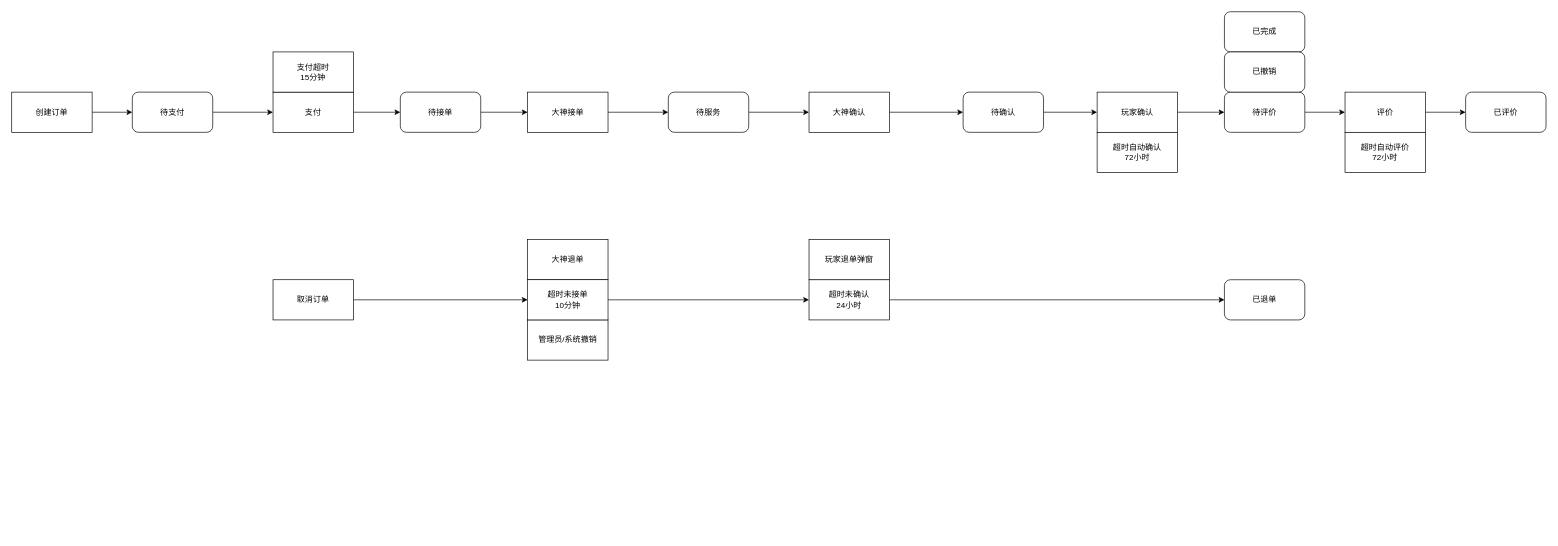
The draw.io diagram bond/bond.drawio in LuckFirefly015/sjy, before the edit. Source tidied: cells renumbered, new cells numbered last; positions are measured from the earlier drawing's top-left corner, leaving out a move shared by most shapes. Both pictures are drawn from the tidied source at 67%, with x=0, y=0 at pixel (11, 11).
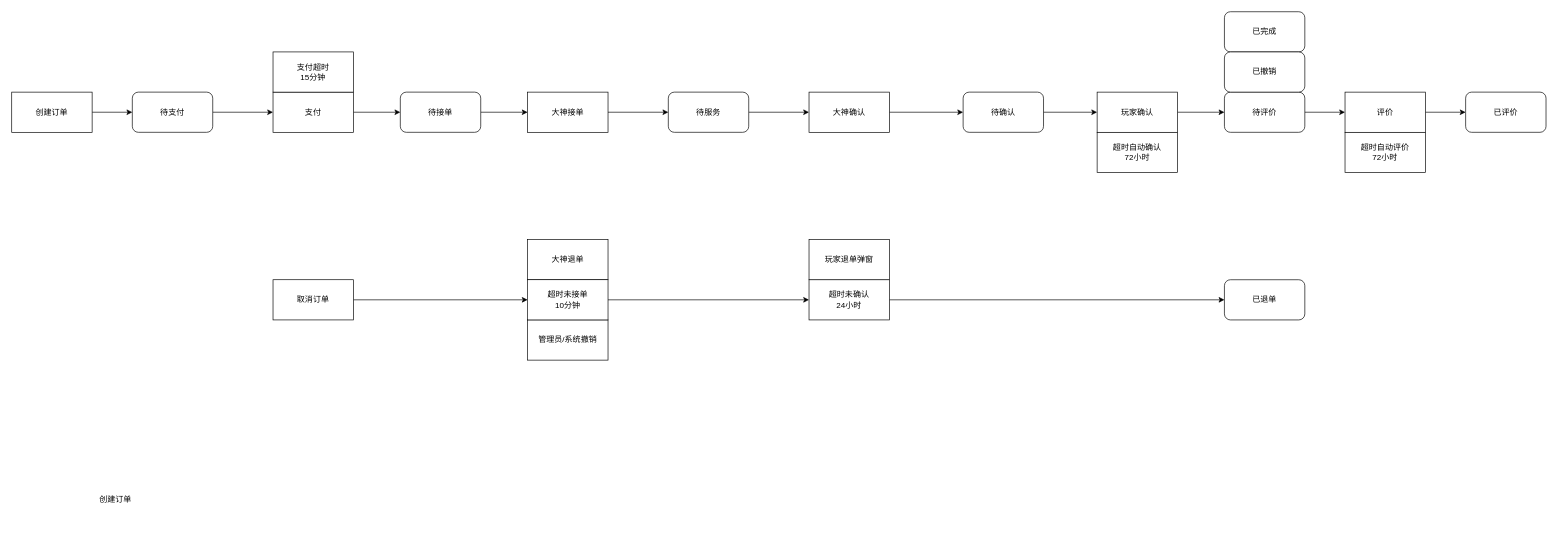
After the change.

Change to the diagram source:
```diff
@@
+    <mxCell id="40" value="创建订单&lt;div&gt;&lt;br&gt;&lt;/div&gt;" style="text;html=1;align=center;verticalAlign=middle;whiteSpace=wrap;rounded=0;" parent="1" vertex="1">
+      <mxGeometry x="60" y="690" width="190" height="90" as="geometry" />
+    </mxCell>
```
